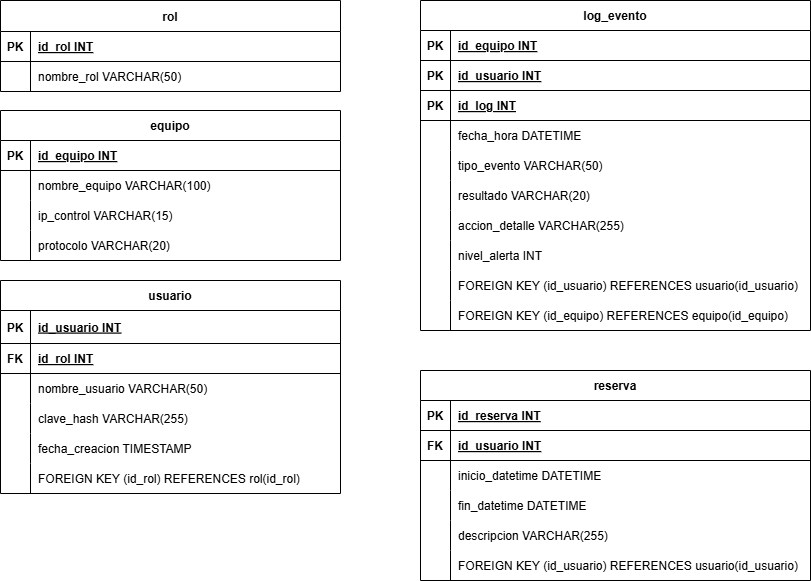
This is database/modeloRelacional_TFG.drawio.png from mtarraga/TFG-Automatizacion_y_gestion_de_espacios, a draw.io export, as it was before one commit. Source tidied: cells renumbered, new cells last; positions are measured from the earlier drawing's top-left corner, leaving out a move shared by most shapes.
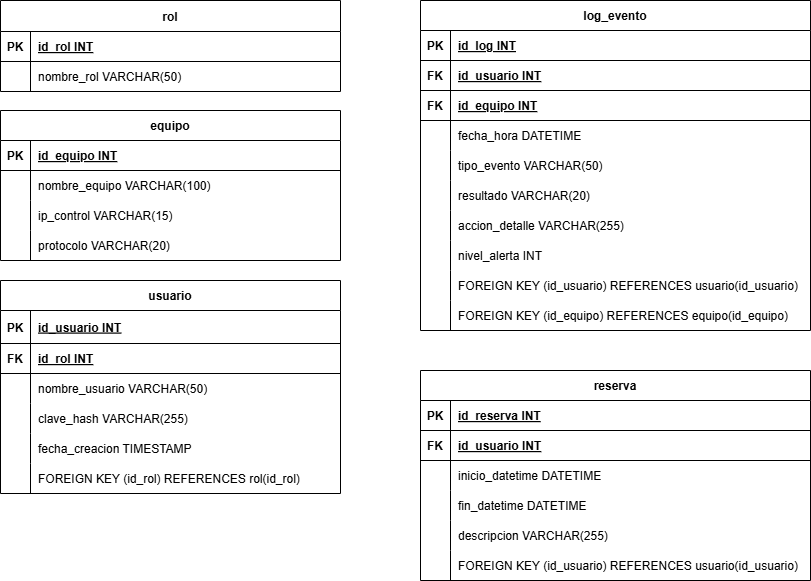
The same diagram one commit later.

The edit, as a diff of the source:
```diff
@@ -128,13 +128,13 @@
     <mxCell id="43" value="PK" style="shape=partialRectangle;overflow=hidden;fillColor=none;strokeColor=inherit;top=0;left=0;bottom=0;right=0;fontStyle=1;" parent="42" vertex="1">
       <mxGeometry width="30" height="30" as="geometry" />
     </mxCell>
-    <mxCell id="44" value="id_equipo INT" style="shape=partialRectangle;overflow=hidden;fillColor=none;align=left;strokeColor=inherit;top=0;left=0;bottom=0;right=0;spacingLeft=6;fontStyle=5;" parent="42" vertex="1">
+    <mxCell id="44" value="id_log INT" style="shape=partialRectangle;overflow=hidden;fillColor=none;align=left;strokeColor=inherit;top=0;left=0;bottom=0;right=0;spacingLeft=6;fontStyle=5;" parent="42" vertex="1">
       <mxGeometry x="30" width="360" height="30" as="geometry" />
     </mxCell>
     <mxCell id="45" style="shape=tableRow;horizontal=0;startSize=0;swimlaneHead=0;swimlaneBody=0;fillColor=none;strokeColor=inherit;top=0;left=0;right=0;bottom=1;" parent="41" vertex="1">
       <mxGeometry y="60" width="390" height="30" as="geometry" />
     </mxCell>
-    <mxCell id="46" value="PK" style="shape=partialRectangle;overflow=hidden;fillColor=none;strokeColor=inherit;top=0;left=0;bottom=0;right=0;fontStyle=1;" parent="45" vertex="1">
+    <mxCell id="46" value="FK" style="shape=partialRectangle;overflow=hidden;fillColor=none;strokeColor=inherit;top=0;left=0;bottom=0;right=0;fontStyle=1;" parent="45" vertex="1">
       <mxGeometry width="30" height="30" as="geometry" />
     </mxCell>
     <mxCell id="47" value="id_usuario INT" style="shape=partialRectangle;overflow=hidden;fillColor=none;align=left;strokeColor=inherit;top=0;left=0;bottom=0;right=0;spacingLeft=6;fontStyle=5;" parent="45" vertex="1">
@@ -143,10 +143,10 @@
     <mxCell id="48" style="shape=tableRow;horizontal=0;startSize=0;swimlaneHead=0;swimlaneBody=0;fillColor=none;strokeColor=inherit;top=0;left=0;right=0;bottom=1;" parent="41" vertex="1">
       <mxGeometry y="90" width="390" height="30" as="geometry" />
     </mxCell>
-    <mxCell id="49" value="PK" style="shape=partialRectangle;overflow=hidden;fillColor=none;strokeColor=inherit;top=0;left=0;bottom=0;right=0;fontStyle=1;" parent="48" vertex="1">
+    <mxCell id="49" value="FK" style="shape=partialRectangle;overflow=hidden;fillColor=none;strokeColor=inherit;top=0;left=0;bottom=0;right=0;fontStyle=1;" parent="48" vertex="1">
       <mxGeometry width="30" height="30" as="geometry" />
     </mxCell>
-    <mxCell id="50" value="id_log INT " style="shape=partialRectangle;overflow=hidden;fillColor=none;align=left;strokeColor=inherit;top=0;left=0;bottom=0;right=0;spacingLeft=6;fontStyle=5;" parent="48" vertex="1">
+    <mxCell id="50" value="id_equipo INT " style="shape=partialRectangle;overflow=hidden;fillColor=none;align=left;strokeColor=inherit;top=0;left=0;bottom=0;right=0;spacingLeft=6;fontStyle=5;" parent="48" vertex="1">
       <mxGeometry x="30" width="360" height="30" as="geometry" />
     </mxCell>
     <mxCell id="51" style="shape=tableRow;horizontal=0;startSize=0;swimlaneHead=0;swimlaneBody=0;fillColor=none;strokeColor=inherit;top=0;left=0;right=0;bottom=0;" parent="41" vertex="1">
```
